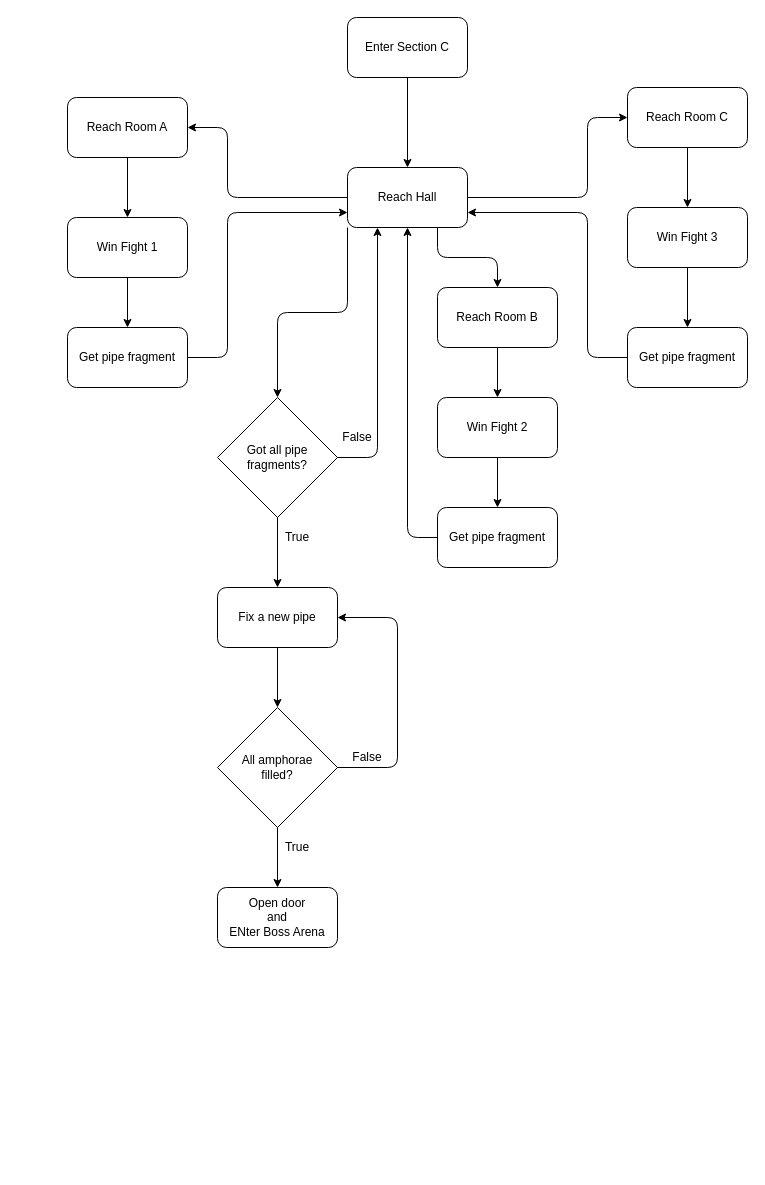
This is Documentation/Diagrams/Section_C-1.drawio from andreacarrarini/HP_The_Dark_Lady_awakens, a draw.io file, before an edit. Source tidied: cells renumbered, new cells numbered last; positions are measured from the earlier drawing's top-left corner, leaving out a move shared by most shapes. Both pictures are drawn from the tidied source at 100%, with x=0, y=0 at pixel (67, 17).
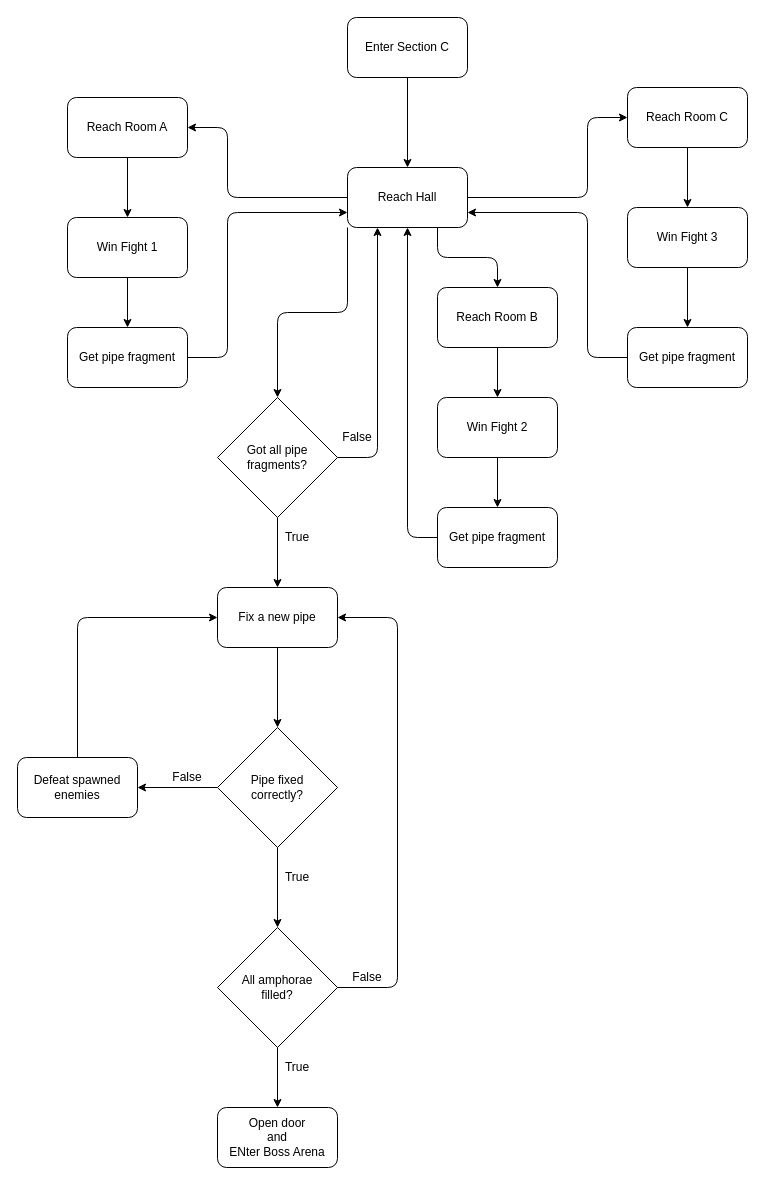
Above is the later version.

Unchanged cells that the change refers to:
```xml
<mxCell id="37" style="rounded=1;whiteSpace=wrap;html=1;" parent="1" vertex="1">
  <mxGeometry x="150" y="570" width="120" height="60" as="geometry" />
</mxCell>
```

The edit, as a diff of the source:
```diff
@@
+    <mxCell id="55" style="edgeStyle=orthogonalEdgeStyle;rounded=0;jettySize=auto;html=1;exitX=0.5;exitY=1;exitDx=0;exitDy=0;" parent="1" edge="1" source="37" target="58">
+      <mxGeometry relative="1" as="geometry" />
+    </mxCell>
@@
     <mxCell id="46" style="rhombus;whiteSpace=wrap;html=1;" parent="1" vertex="1">
-      <mxGeometry x="150" y="690" width="120" height="120" as="geometry" />
+      <mxGeometry x="150" y="910" width="120" height="120" as="geometry" />
     </mxCell>
     <mxCell id="47" value="All amphorae&lt;br&gt;filled?" style="text;html=1;strokeColor=none;fillColor=none;align=center;verticalAlign=middle;whiteSpace=wrap;rounded=0;" parent="1" vertex="1">
-      <mxGeometry x="155" y="740" width="110" height="20" as="geometry" />
+      <mxGeometry x="155" y="960" width="110" height="20" as="geometry" />
     </mxCell>
     <mxCell id="48" value="False" style="text;html=1;strokeColor=none;fillColor=none;align=center;verticalAlign=middle;whiteSpace=wrap;rounded=0;" parent="1" vertex="1">
-      <mxGeometry x="280" y="730" width="40" height="20" as="geometry" />
+      <mxGeometry x="280" y="950" width="40" height="20" as="geometry" />
     </mxCell>
-    <mxCell id="49" style="endArrow=classic;html=1;exitX=0.5;exitY=1;exitDx=0;exitDy=0;entryX=0.5;entryY=0;entryDx=0;entryDy=0;" parent="1" edge="1" source="37" target="46">
-      <mxGeometry relative="1" as="geometry" />
-    </mxCell>
     <mxCell id="50" style="endArrow=classic;html=1;exitX=1;exitY=0.5;exitDx=0;exitDy=0;entryX=1;entryY=0.5;entryDx=0;entryDy=0;edgeStyle=orthogonalEdgeStyle;" parent="1" edge="1" source="46" target="37">
       <mxGeometry relative="1" as="geometry">
         <Array as="points">
-          <mxPoint x="330" y="750" />
+          <mxPoint x="330" y="970" />
           <mxPoint x="330" y="600" />
         </Array>
       </mxGeometry>
     </mxCell>
     <mxCell id="51" style="rounded=1;whiteSpace=wrap;html=1;" parent="1" vertex="1">
-      <mxGeometry x="150" y="870" width="120" height="60" as="geometry" />
+      <mxGeometry x="150" y="1090" width="120" height="60" as="geometry" />
     </mxCell>
     <mxCell id="52" value="Open door&lt;br&gt;and&lt;br&gt;ENter Boss Arena" style="text;html=1;strokeColor=none;fillColor=none;align=center;verticalAlign=middle;whiteSpace=wrap;rounded=0;" parent="1" vertex="1">
-      <mxGeometry x="155" y="890" width="110" height="20" as="geometry" />
+      <mxGeometry x="155" y="1110" width="110" height="20" as="geometry" />
     </mxCell>
@@
     <mxCell id="54" value="True" style="text;html=1;strokeColor=none;fillColor=none;align=center;verticalAlign=middle;whiteSpace=wrap;rounded=0;" parent="1" vertex="1">
-      <mxGeometry x="210" y="820" width="40" height="20" as="geometry" />
+      <mxGeometry x="210" y="1040" width="40" height="20" as="geometry" />
     </mxCell>
+    <mxCell id="56" style="edgeStyle=orthogonalEdgeStyle;rounded=0;jettySize=auto;html=1;exitX=0.5;exitY=1;exitDx=0;exitDy=0;" parent="1" edge="1" source="58" target="46">
+      <mxGeometry relative="1" as="geometry" />
+    </mxCell>
+    <mxCell id="57" style="edgeStyle=orthogonalEdgeStyle;rounded=0;jettySize=auto;html=1;exitX=0;exitY=0.5;exitDx=0;exitDy=0;entryX=1;entryY=0.5;entryDx=0;entryDy=0;" parent="1" edge="1" source="58" target="61">
+      <mxGeometry relative="1" as="geometry" />
+    </mxCell>
+    <mxCell id="58" style="rhombus;whiteSpace=wrap;html=1;" parent="1" vertex="1">
+      <mxGeometry x="150" y="710" width="120" height="120" as="geometry" />
+    </mxCell>
+    <mxCell id="59" value="Pipe fixed correctly?" style="text;html=1;strokeColor=none;fillColor=none;align=center;verticalAlign=middle;whiteSpace=wrap;rounded=0;" parent="1" vertex="1">
+      <mxGeometry x="155" y="760" width="110" height="20" as="geometry" />
+    </mxCell>
+    <mxCell id="60" value="True" style="text;html=1;strokeColor=none;fillColor=none;align=center;verticalAlign=middle;whiteSpace=wrap;rounded=0;" parent="1" vertex="1">
+      <mxGeometry x="210" y="850" width="40" height="20" as="geometry" />
+    </mxCell>
+    <mxCell id="61" style="rounded=1;whiteSpace=wrap;html=1;" parent="1" vertex="1">
+      <mxGeometry x="-50" y="740" width="120" height="60" as="geometry" />
+    </mxCell>
+    <mxCell id="62" value="Defeat spawned enemies" style="text;html=1;strokeColor=none;fillColor=none;align=center;verticalAlign=middle;whiteSpace=wrap;rounded=0;" parent="1" vertex="1">
+      <mxGeometry x="-45" y="760" width="110" height="20" as="geometry" />
+    </mxCell>
+    <mxCell id="63" value="False" style="text;html=1;strokeColor=none;fillColor=none;align=center;verticalAlign=middle;whiteSpace=wrap;rounded=0;" parent="1" vertex="1">
+      <mxGeometry x="100" y="750" width="40" height="20" as="geometry" />
+    </mxCell>
+    <mxCell id="64" style="endArrow=classic;html=1;strokeColor=#000000;entryX=0;entryY=0.5;entryDx=0;entryDy=0;exitX=0.5;exitY=0;exitDx=0;exitDy=0;edgeStyle=elbowEdgeStyle;" parent="1" edge="1" source="61" target="37">
+      <mxGeometry relative="1" as="geometry">
+        <Array as="points">
+          <mxPoint x="10" y="670" />
+        </Array>
+      </mxGeometry>
+    </mxCell>
```
